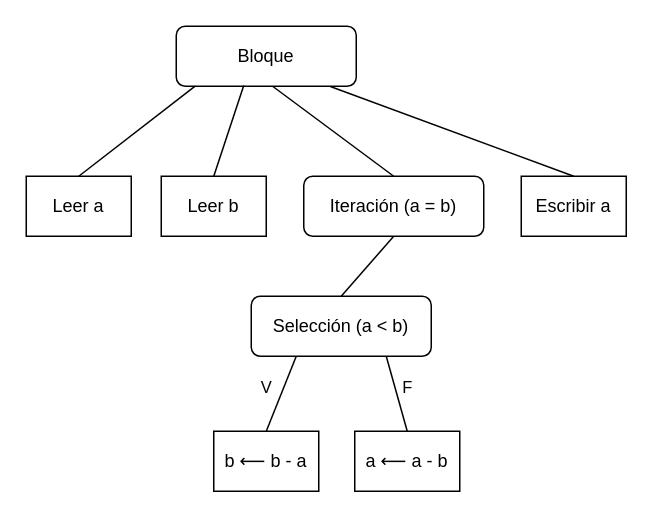
The draw.io diagram source/diagramas/arbol-estructurado.drawio in ricpelo/pro, before the edit. Source tidied: cells renumbered, new cells numbered last; positions are measured from the earlier drawing's top-left corner, leaving out a move shared by most shapes. Both pictures are drawn from the tidied source at 150%, with x=0, y=0 at pixel (26, 26).
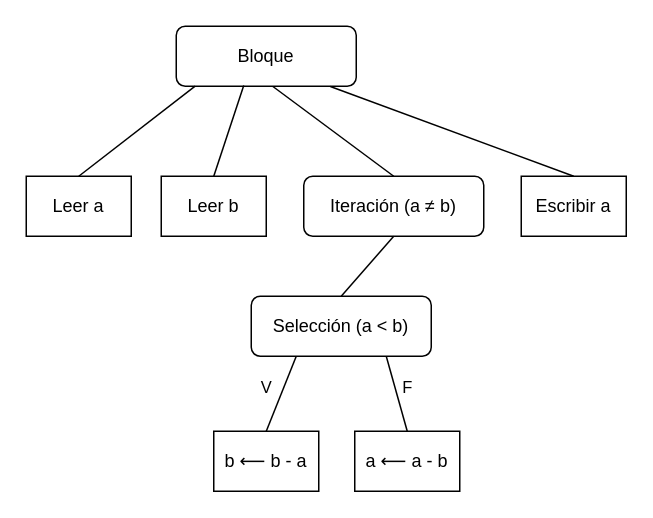
After the change.

Commit message (it also covers changes not shown here):
Retoque de un par de diagramas en Programación estructurada

The edit, as a diff of the source:
```diff
@@
-    <mxCell id="5" value="Iteración (a = b)" style="rounded=1;whiteSpace=wrap;html=1;labelBackgroundColor=none;" parent="1" vertex="1">
+    <mxCell id="5" value="Iteración (a&amp;nbsp;&lt;span class=&quot;math inline&quot;&gt;&lt;span class=&quot;katex&quot;&gt;&lt;span class=&quot;katex-html&quot; aria-hidden=&quot;true&quot;&gt;&lt;span class=&quot;katex-base&quot;&gt;&lt;span class=&quot;mrel&quot;&gt;&lt;span class=&quot;mord&quot;&gt;≠&lt;/span&gt;&lt;/span&gt;&lt;/span&gt;&lt;/span&gt;&lt;/span&gt;&lt;/span&gt;&amp;nbsp;b)" style="rounded=1;whiteSpace=wrap;html=1;labelBackgroundColor=none;" parent="1" vertex="1">
       <mxGeometry x="185" y="100" width="120" height="40" as="geometry" />
     </mxCell>
```
